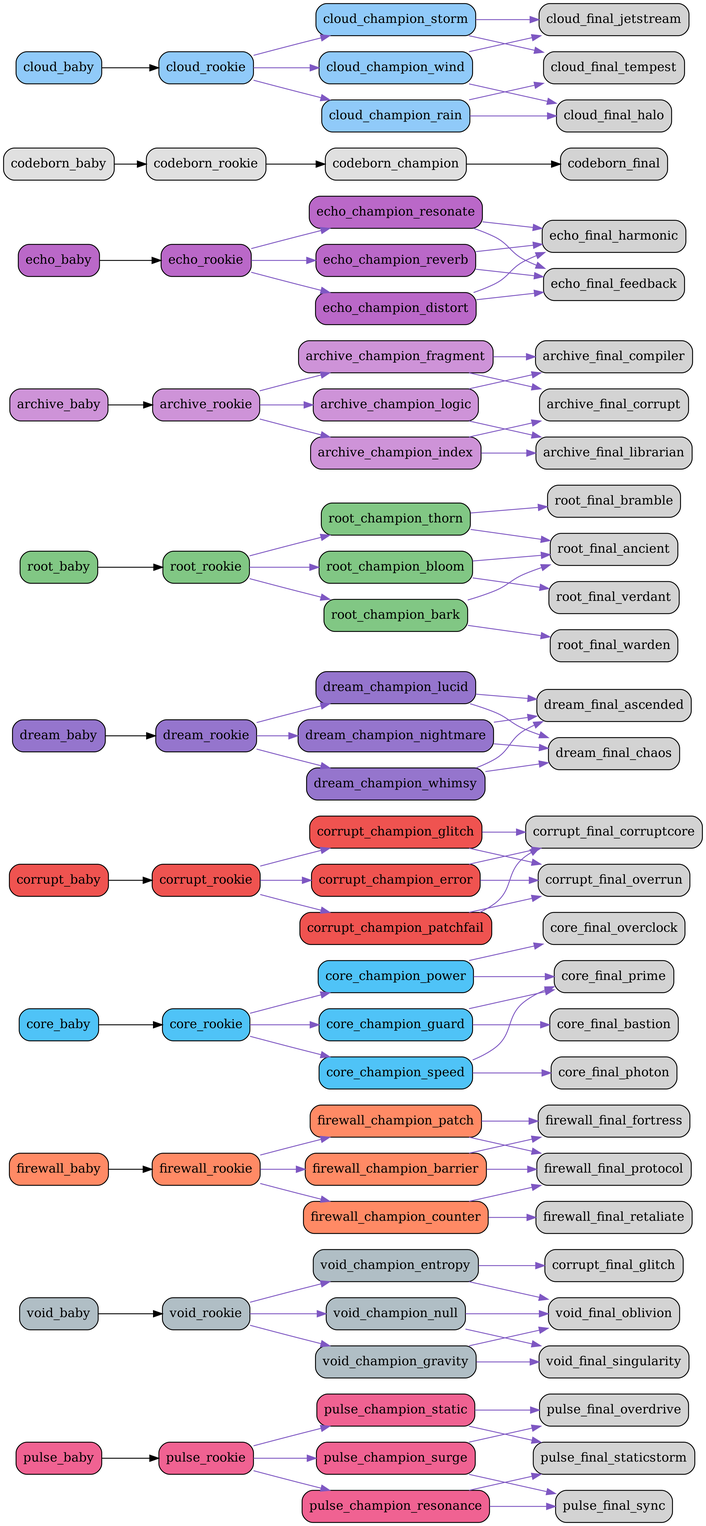
bwlight/NetGrid keeps this Graphviz diagram as src/netgrid/systems/evolution/graphs/full/evolution_graph.png. Above is the earlier version. Its source is kept beside it as src/netgrid/systems/evolution/graphs/full/evolution_graph.dot.
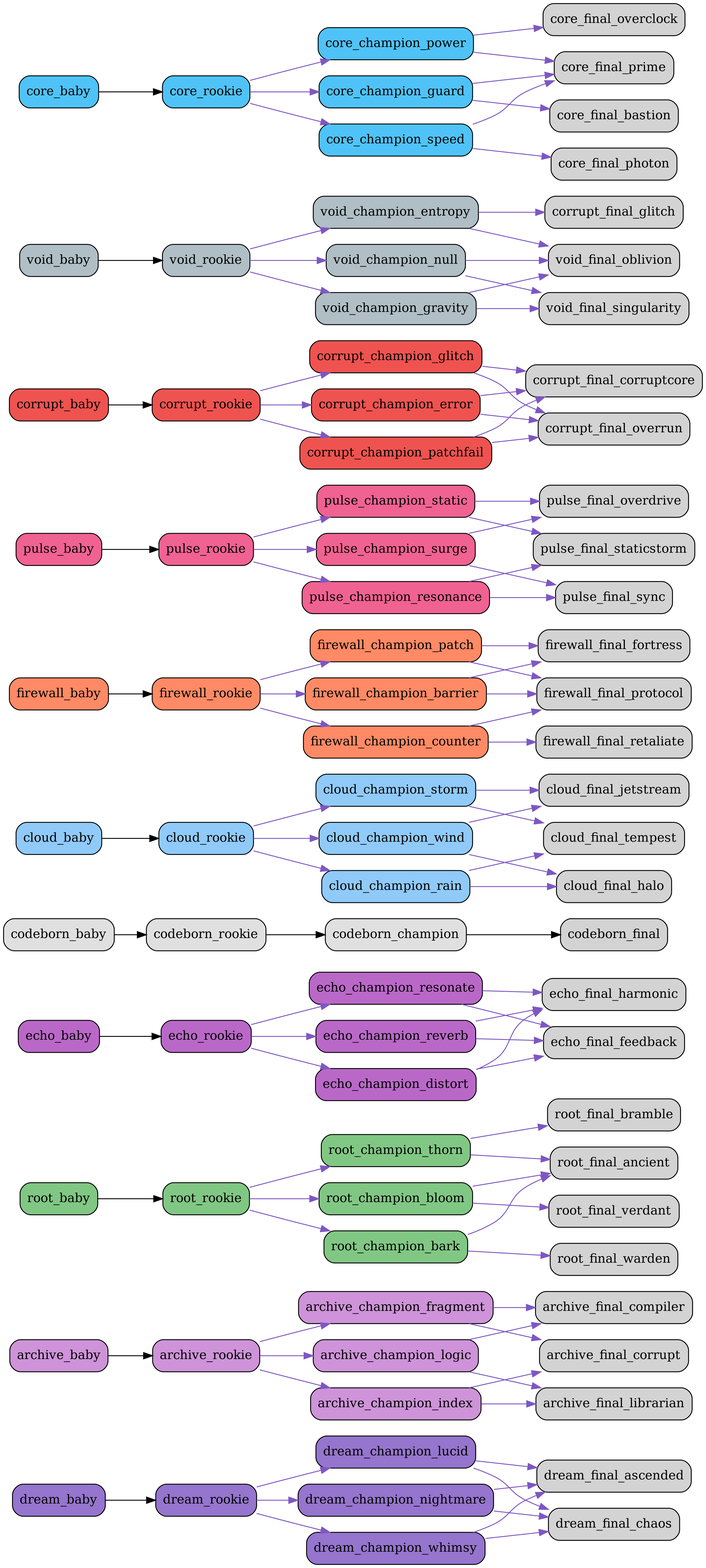
After the commit.

Commit message:
Auto-update evolution graphs

Change to the diagram source:
```diff
@@ -1,81 +1,6 @@
 digraph EvolutionTree {
   rankdir=LR;
   node [shape=box, style="rounded,filled"];
-  "pulse_baby" [fillcolor="#f06292"];
-  "pulse_baby" -> "pulse_rookie";
-  "pulse_rookie" [fillcolor="#f06292"];
-  "pulse_rookie" -> "pulse_champion_surge" [color="#7e57c2"];
-  "pulse_rookie" -> "pulse_champion_resonance" [color="#7e57c2"];
-  "pulse_rookie" -> "pulse_champion_static" [color="#7e57c2"];
-  "pulse_champion_surge" [fillcolor="#f06292"];
-  "pulse_champion_surge" -> "pulse_final_overdrive" [color="#7e57c2"];
-  "pulse_champion_surge" -> "pulse_final_sync" [color="#7e57c2"];
-  "pulse_champion_resonance" [fillcolor="#f06292"];
-  "pulse_champion_resonance" -> "pulse_final_sync" [color="#7e57c2"];
-  "pulse_champion_resonance" -> "pulse_final_staticstorm" [color="#7e57c2"];
-  "pulse_champion_static" [fillcolor="#f06292"];
-  "pulse_champion_static" -> "pulse_final_staticstorm" [color="#7e57c2"];
-  "pulse_champion_static" -> "pulse_final_overdrive" [color="#7e57c2"];
-  "void_baby" [fillcolor="#b0bec5"];
-  "void_baby" -> "void_rookie";
-  "void_rookie" [fillcolor="#b0bec5"];
-  "void_rookie" -> "void_champion_entropy" [color="#7e57c2"];
-  "void_rookie" -> "void_champion_gravity" [color="#7e57c2"];
-  "void_rookie" -> "void_champion_null" [color="#7e57c2"];
-  "void_champion_entropy" [fillcolor="#b0bec5"];
-  "void_champion_entropy" -> "corrupt_final_glitch" [color="#7e57c2"];
-  "void_champion_entropy" -> "void_final_oblivion" [color="#7e57c2"];
-  "void_champion_gravity" [fillcolor="#b0bec5"];
-  "void_champion_gravity" -> "void_final_singularity" [color="#7e57c2"];
-  "void_champion_gravity" -> "void_final_oblivion" [color="#7e57c2"];
-  "void_champion_null" [fillcolor="#b0bec5"];
-  "void_champion_null" -> "void_final_oblivion" [color="#7e57c2"];
-  "void_champion_null" -> "void_final_singularity" [color="#7e57c2"];
-  "firewall_baby" [fillcolor="#ff8a65"];
-  "firewall_baby" -> "firewall_rookie";
-  "firewall_rookie" [fillcolor="#ff8a65"];
-  "firewall_rookie" -> "firewall_champion_barrier" [color="#7e57c2"];
-  "firewall_rookie" -> "firewall_champion_counter" [color="#7e57c2"];
-  "firewall_rookie" -> "firewall_champion_patch" [color="#7e57c2"];
-  "firewall_champion_barrier" [fillcolor="#ff8a65"];
-  "firewall_champion_barrier" -> "firewall_final_fortress" [color="#7e57c2"];
-  "firewall_champion_barrier" -> "firewall_final_protocol" [color="#7e57c2"];
-  "firewall_champion_counter" [fillcolor="#ff8a65"];
-  "firewall_champion_counter" -> "firewall_final_retaliate" [color="#7e57c2"];
-  "firewall_champion_counter" -> "firewall_final_protocol" [color="#7e57c2"];
-  "firewall_champion_patch" [fillcolor="#ff8a65"];
-  "firewall_champion_patch" -> "firewall_final_protocol" [color="#7e57c2"];
-  "firewall_champion_patch" -> "firewall_final_fortress" [color="#7e57c2"];
-  "core_baby" [fillcolor="#4fc3f7"];
-  "core_baby" -> "core_rookie";
-  "core_rookie" [fillcolor="#4fc3f7"];
-  "core_rookie" -> "core_champion_power" [color="#7e57c2"];
-  "core_rookie" -> "core_champion_guard" [color="#7e57c2"];
-  "core_rookie" -> "core_champion_speed" [color="#7e57c2"];
-  "core_champion_power" [fillcolor="#4fc3f7"];
-  "core_champion_power" -> "core_final_overclock" [color="#7e57c2"];
-  "core_champion_power" -> "core_final_prime" [color="#7e57c2"];
-  "core_champion_guard" [fillcolor="#4fc3f7"];
-  "core_champion_guard" -> "core_final_bastion" [color="#7e57c2"];
-  "core_champion_guard" -> "core_final_prime" [color="#7e57c2"];
-  "core_champion_speed" [fillcolor="#4fc3f7"];
-  "core_champion_speed" -> "core_final_photon" [color="#7e57c2"];
-  "core_champion_speed" -> "core_final_prime" [color="#7e57c2"];
-  "corrupt_baby" [fillcolor="#ef5350"];
-  "corrupt_baby" -> "corrupt_rookie";
-  "corrupt_rookie" [fillcolor="#ef5350"];
-  "corrupt_rookie" -> "corrupt_champion_glitch" [color="#7e57c2"];
-  "corrupt_rookie" -> "corrupt_champion_error" [color="#7e57c2"];
-  "corrupt_rookie" -> "corrupt_champion_patchfail" [color="#7e57c2"];
-  "corrupt_champion_glitch" [fillcolor="#ef5350"];
-  "corrupt_champion_glitch" -> "corrupt_final_corruptcore" [color="#7e57c2"];
-  "corrupt_champion_glitch" -> "corrupt_final_overrun" [color="#7e57c2"];
-  "corrupt_champion_error" [fillcolor="#ef5350"];
-  "corrupt_champion_error" -> "corrupt_final_overrun" [color="#7e57c2"];
-  "corrupt_champion_error" -> "corrupt_final_corruptcore" [color="#7e57c2"];
-  "corrupt_champion_patchfail" [fillcolor="#ef5350"];
-  "corrupt_champion_patchfail" -> "corrupt_final_corruptcore" [color="#7e57c2"];
-  "corrupt_champion_patchfail" -> "corrupt_final_overrun" [color="#7e57c2"];
   "dream_baby" [fillcolor="#9575cd"];
   "dream_baby" -> "dream_rookie";
   "dream_rookie" [fillcolor="#9575cd"];
@@ -91,6 +16,21 @@
   "dream_champion_whimsy" [fillcolor="#9575cd"];
   "dream_champion_whimsy" -> "dream_final_ascended" [color="#7e57c2"];
   "dream_champion_whimsy" -> "dream_final_chaos" [color="#7e57c2"];
+  "archive_baby" [fillcolor="#ce93d8"];
+  "archive_baby" -> "archive_rookie";
+  "archive_rookie" [fillcolor="#ce93d8"];
+  "archive_rookie" -> "archive_champion_logic" [color="#7e57c2"];
+  "archive_rookie" -> "archive_champion_index" [color="#7e57c2"];
+  "archive_rookie" -> "archive_champion_fragment" [color="#7e57c2"];
+  "archive_champion_logic" [fillcolor="#ce93d8"];
+  "archive_champion_logic" -> "archive_final_compiler" [color="#7e57c2"];
+  "archive_champion_logic" -> "archive_final_librarian" [color="#7e57c2"];
+  "archive_champion_index" [fillcolor="#ce93d8"];
+  "archive_champion_index" -> "archive_final_librarian" [color="#7e57c2"];
+  "archive_champion_index" -> "archive_final_corrupt" [color="#7e57c2"];
+  "archive_champion_fragment" [fillcolor="#ce93d8"];
+  "archive_champion_fragment" -> "archive_final_corrupt" [color="#7e57c2"];
+  "archive_champion_fragment" -> "archive_final_compiler" [color="#7e57c2"];
   "root_baby" [fillcolor="#81c784"];
   "root_baby" -> "root_rookie";
   "root_rookie" [fillcolor="#81c784"];
@@ -106,21 +46,6 @@
   "root_champion_bark" [fillcolor="#81c784"];
   "root_champion_bark" -> "root_final_warden" [color="#7e57c2"];
   "root_champion_bark" -> "root_final_ancient" [color="#7e57c2"];
-  "archive_baby" [fillcolor="#ce93d8"];
-  "archive_baby" -> "archive_rookie";
-  "archive_rookie" [fillcolor="#ce93d8"];
-  "archive_rookie" -> "archive_champion_logic" [color="#7e57c2"];
-  "archive_rookie" -> "archive_champion_index" [color="#7e57c2"];
-  "archive_rookie" -> "archive_champion_fragment" [color="#7e57c2"];
-  "archive_champion_logic" [fillcolor="#ce93d8"];
-  "archive_champion_logic" -> "archive_final_compiler" [color="#7e57c2"];
-  "archive_champion_logic" -> "archive_final_librarian" [color="#7e57c2"];
-  "archive_champion_index" [fillcolor="#ce93d8"];
-  "archive_champion_index" -> "archive_final_librarian" [color="#7e57c2"];
-  "archive_champion_index" -> "archive_final_corrupt" [color="#7e57c2"];
-  "archive_champion_fragment" [fillcolor="#ce93d8"];
-  "archive_champion_fragment" -> "archive_final_corrupt" [color="#7e57c2"];
-  "archive_champion_fragment" -> "archive_final_compiler" [color="#7e57c2"];
   "echo_baby" [fillcolor="#ba68c8"];
   "echo_baby" -> "echo_rookie";
   "echo_rookie" [fillcolor="#ba68c8"];
@@ -157,4 +82,79 @@
   "cloud_champion_storm" [fillcolor="#90caf9"];
   "cloud_champion_storm" -> "cloud_final_tempest" [color="#7e57c2"];
   "cloud_champion_storm" -> "cloud_final_jetstream" [color="#7e57c2"];
+  "firewall_baby" [fillcolor="#ff8a65"];
+  "firewall_baby" -> "firewall_rookie";
+  "firewall_rookie" [fillcolor="#ff8a65"];
+  "firewall_rookie" -> "firewall_champion_barrier" [color="#7e57c2"];
+  "firewall_rookie" -> "firewall_champion_counter" [color="#7e57c2"];
+  "firewall_rookie" -> "firewall_champion_patch" [color="#7e57c2"];
+  "firewall_champion_barrier" [fillcolor="#ff8a65"];
+  "firewall_champion_barrier" -> "firewall_final_fortress" [color="#7e57c2"];
+  "firewall_champion_barrier" -> "firewall_final_protocol" [color="#7e57c2"];
+  "firewall_champion_counter" [fillcolor="#ff8a65"];
+  "firewall_champion_counter" -> "firewall_final_retaliate" [color="#7e57c2"];
+  "firewall_champion_counter" -> "firewall_final_protocol" [color="#7e57c2"];
+  "firewall_champion_patch" [fillcolor="#ff8a65"];
+  "firewall_champion_patch" -> "firewall_final_protocol" [color="#7e57c2"];
+  "firewall_champion_patch" -> "firewall_final_fortress" [color="#7e57c2"];
+  "pulse_baby" [fillcolor="#f06292"];
+  "pulse_baby" -> "pulse_rookie";
+  "pulse_rookie" [fillcolor="#f06292"];
+  "pulse_rookie" -> "pulse_champion_surge" [color="#7e57c2"];
+  "pulse_rookie" -> "pulse_champion_resonance" [color="#7e57c2"];
+  "pulse_rookie" -> "pulse_champion_static" [color="#7e57c2"];
+  "pulse_champion_surge" [fillcolor="#f06292"];
+  "pulse_champion_surge" -> "pulse_final_overdrive" [color="#7e57c2"];
+  "pulse_champion_surge" -> "pulse_final_sync" [color="#7e57c2"];
+  "pulse_champion_resonance" [fillcolor="#f06292"];
+  "pulse_champion_resonance" -> "pulse_final_sync" [color="#7e57c2"];
+  "pulse_champion_resonance" -> "pulse_final_staticstorm" [color="#7e57c2"];
+  "pulse_champion_static" [fillcolor="#f06292"];
+  "pulse_champion_static" -> "pulse_final_staticstorm" [color="#7e57c2"];
+  "pulse_champion_static" -> "pulse_final_overdrive" [color="#7e57c2"];
+  "corrupt_baby" [fillcolor="#ef5350"];
+  "corrupt_baby" -> "corrupt_rookie";
+  "corrupt_rookie" [fillcolor="#ef5350"];
+  "corrupt_rookie" -> "corrupt_champion_glitch" [color="#7e57c2"];
+  "corrupt_rookie" -> "corrupt_champion_error" [color="#7e57c2"];
+  "corrupt_rookie" -> "corrupt_champion_patchfail" [color="#7e57c2"];
+  "corrupt_champion_glitch" [fillcolor="#ef5350"];
+  "corrupt_champion_glitch" -> "corrupt_final_corruptcore" [color="#7e57c2"];
+  "corrupt_champion_glitch" -> "corrupt_final_overrun" [color="#7e57c2"];
+  "corrupt_champion_error" [fillcolor="#ef5350"];
+  "corrupt_champion_error" -> "corrupt_final_overrun" [color="#7e57c2"];
+  "corrupt_champion_error" -> "corrupt_final_corruptcore" [color="#7e57c2"];
+  "corrupt_champion_patchfail" [fillcolor="#ef5350"];
+  "corrupt_champion_patchfail" -> "corrupt_final_corruptcore" [color="#7e57c2"];
+  "corrupt_champion_patchfail" -> "corrupt_final_overrun" [color="#7e57c2"];
+  "void_baby" [fillcolor="#b0bec5"];
+  "void_baby" -> "void_rookie";
+  "void_rookie" [fillcolor="#b0bec5"];
+  "void_rookie" -> "void_champion_entropy" [color="#7e57c2"];
+  "void_rookie" -> "void_champion_gravity" [color="#7e57c2"];
+  "void_rookie" -> "void_champion_null" [color="#7e57c2"];
+  "void_champion_entropy" [fillcolor="#b0bec5"];
+  "void_champion_entropy" -> "corrupt_final_glitch" [color="#7e57c2"];
+  "void_champion_entropy" -> "void_final_oblivion" [color="#7e57c2"];
+  "void_champion_gravity" [fillcolor="#b0bec5"];
+  "void_champion_gravity" -> "void_final_singularity" [color="#7e57c2"];
+  "void_champion_gravity" -> "void_final_oblivion" [color="#7e57c2"];
+  "void_champion_null" [fillcolor="#b0bec5"];
+  "void_champion_null" -> "void_final_oblivion" [color="#7e57c2"];
+  "void_champion_null" -> "void_final_singularity" [color="#7e57c2"];
+  "core_baby" [fillcolor="#4fc3f7"];
+  "core_baby" -> "core_rookie";
+  "core_rookie" [fillcolor="#4fc3f7"];
+  "core_rookie" -> "core_champion_power" [color="#7e57c2"];
+  "core_rookie" -> "core_champion_guard" [color="#7e57c2"];
+  "core_rookie" -> "core_champion_speed" [color="#7e57c2"];
+  "core_champion_power" [fillcolor="#4fc3f7"];
+  "core_champion_power" -> "core_final_overclock" [color="#7e57c2"];
+  "core_champion_power" -> "core_final_prime" [color="#7e57c2"];
+  "core_champion_guard" [fillcolor="#4fc3f7"];
+  "core_champion_guard" -> "core_final_bastion" [color="#7e57c2"];
+  "core_champion_guard" -> "core_final_prime" [color="#7e57c2"];
+  "core_champion_speed" [fillcolor="#4fc3f7"];
+  "core_champion_speed" -> "core_final_photon" [color="#7e57c2"];
+  "core_champion_speed" -> "core_final_prime" [color="#7e57c2"];
 }
```
